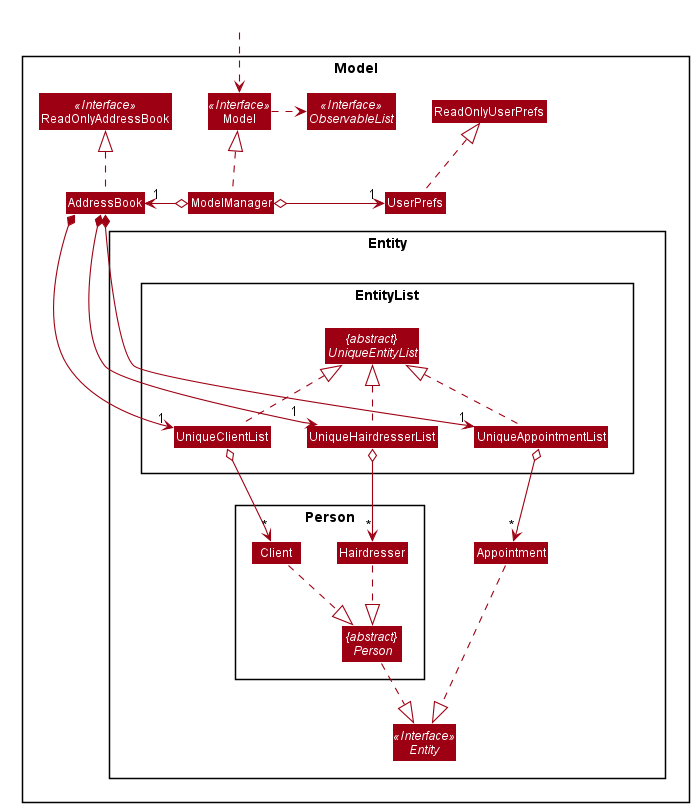
This is docs/images/ModelClassDiagram.png from ya0-yuan/tp, a PlantUML export, as it was before one commit.
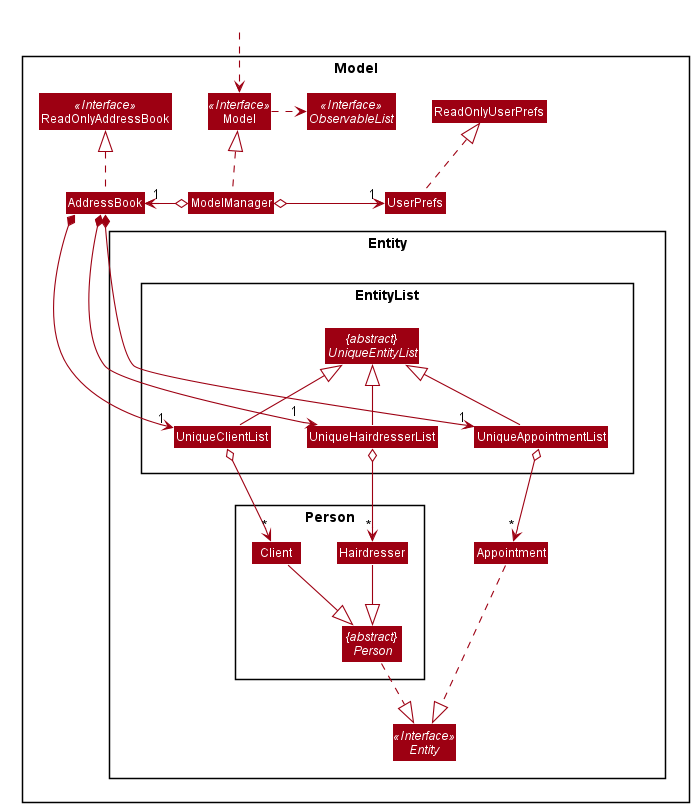
Later version of the same file.

Diff of the diagram source:
```diff
@@ -98,11 +98,11 @@
 
 Person .down.|> Entity
 Appointment .down.|> Entity
-Hairdresser ..|> Person
-Client ..|> Person
-UniqueAppointmentList .up.|> UniqueEntityList
-UniqueClientList .up.|> UniqueEntityList
-UniqueHairdresserList .up.|> UniqueEntityList
+Hairdresser --|> Person
+Client --|> Person
+UniqueAppointmentList -up-|> UniqueEntityList
+UniqueClientList -up-|> UniqueEntityList
+UniqueHairdresserList -up-|> UniqueEntityList
 
 
 ModelManager .up.|> Model
```
